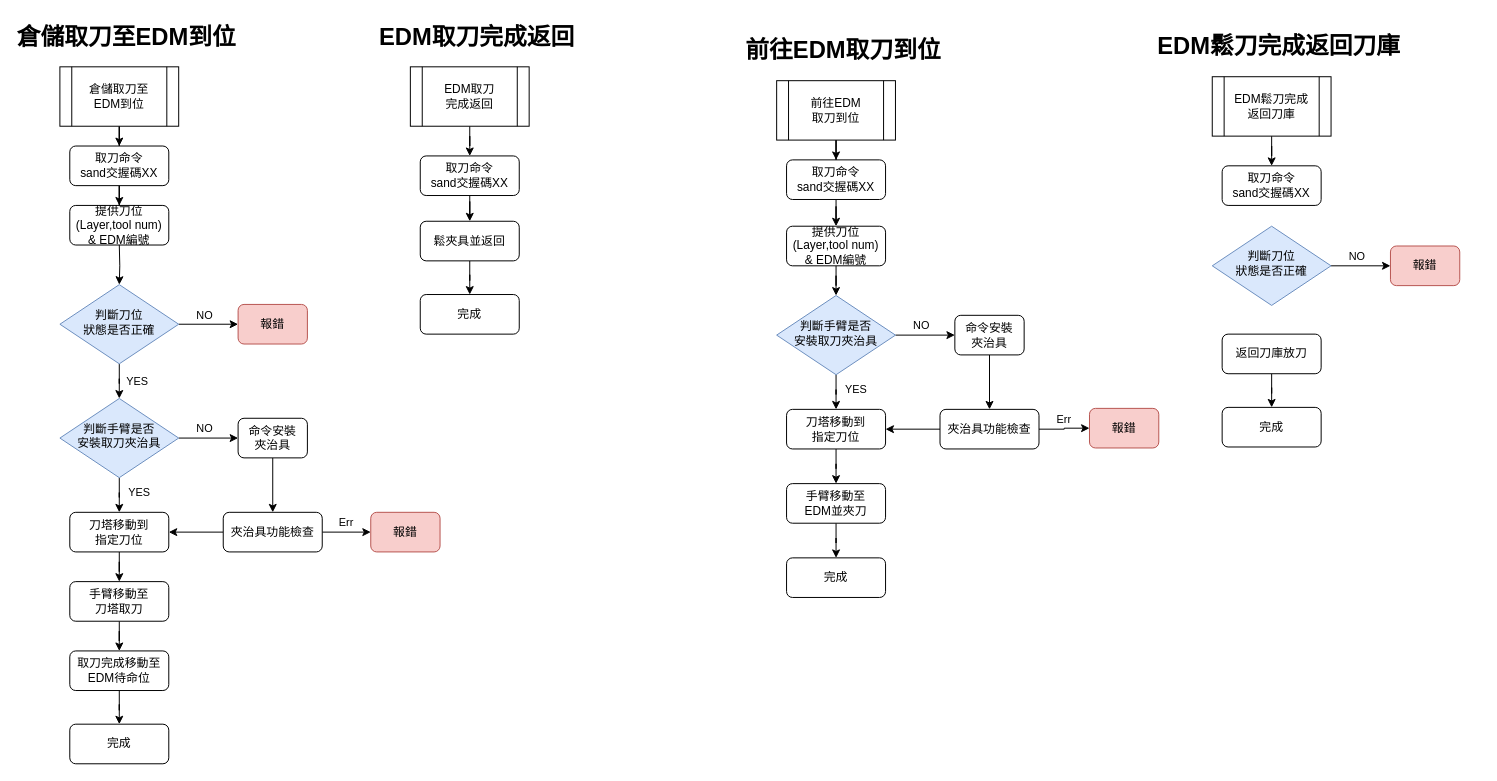
ChiangRyan/process-diagram keeps this draw.io diagram as page "自動取放刀" (4 of 6) of 上位系統交握流程.drawio. Above is the earlier version. Source tidied: cells renumbered, new cells numbered last; positions are measured from the earlier drawing's top-left corner, leaving out a move shared by most shapes. Both pictures are drawn from the tidied source at 99%, with x=0, y=0 at pixel (59, 17).
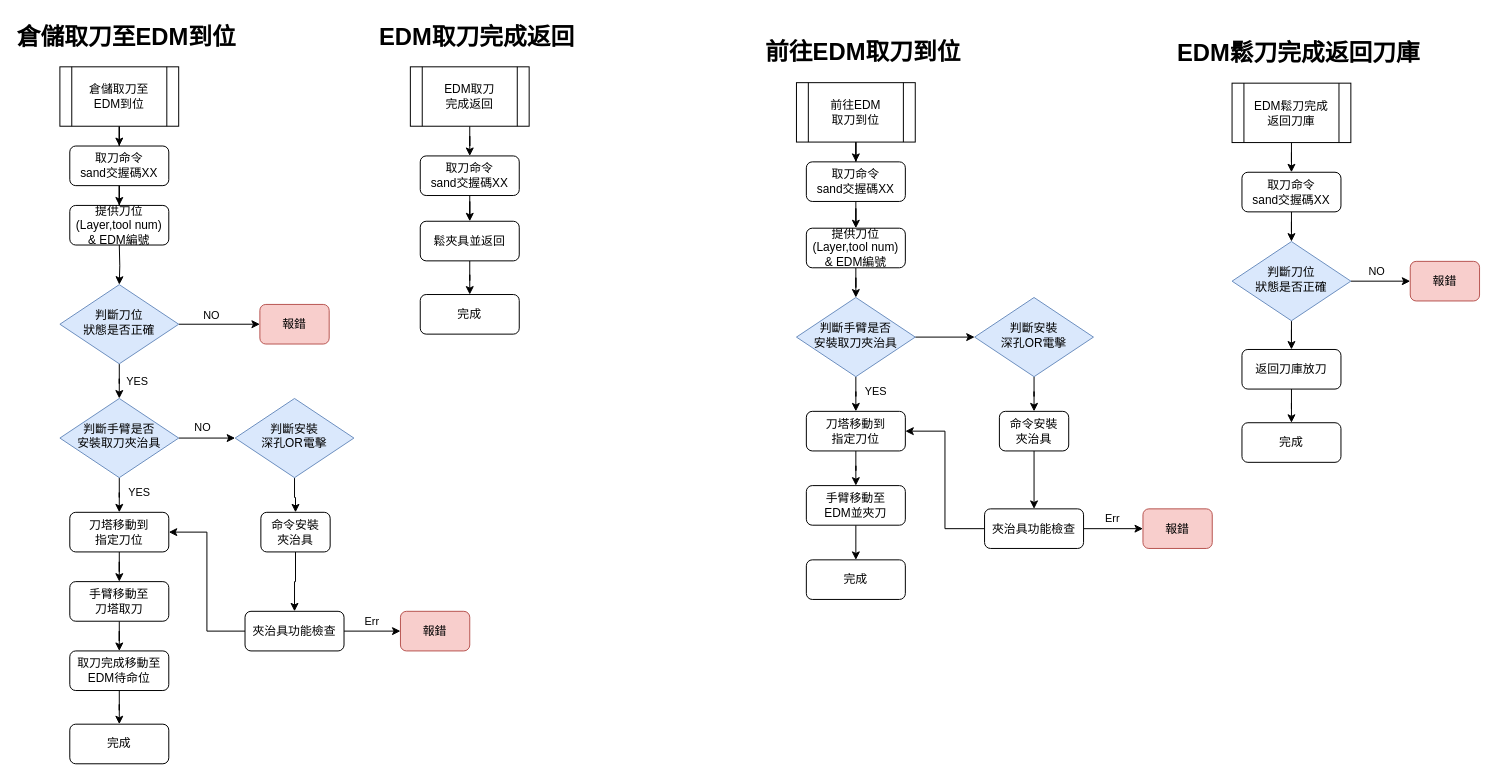
After the change.

Commit message:
更新上位系統交握流程.drawio

The change refers to these unchanged cells:
```xml
<mxCell id="12" value="判斷手臂是否&lt;div&gt;安裝取刀夾治具&lt;/div&gt;" style="rhombus;whiteSpace=wrap;html=1;shadow=0;fontFamily=Helvetica;fontSize=12;align=center;strokeWidth=1;spacing=6;spacingTop=-4;fillColor=#dae8fc;strokeColor=#6c8ebf;" parent="1" vertex="1">
  <mxGeometry y="385" width="120" height="80" as="geometry" />
</mxCell>
```

The edit, as a diff of the source:
```diff
@@
-    <mxCell id="9" value="NO" style="edgeStyle=orthogonalEdgeStyle;rounded=0;jettySize=auto;html=1;entryX=0;entryY=0.5;entryDx=0;entryDy=0;" parent="1" edge="1" source="12" target="14">
-      <mxGeometry x="-0.15" y="10" relative="1" as="geometry" />
-    </mxCell>
@@
+    <mxCell id="75" style="edgeStyle=orthogonalEdgeStyle;rounded=0;jettySize=auto;html=1;entryX=0;entryY=0.5;entryDx=0;entryDy=0;" parent="1" edge="1" source="12" target="81">
+      <mxGeometry relative="1" as="geometry" />
+    </mxCell>
+    <mxCell id="76" value="NO" style="edgeLabel;html=1;align=center;verticalAlign=middle;" parent="75" vertex="1">
+      <mxGeometry x="-0.44" y="2" relative="1" as="geometry">
+        <mxPoint x="7" y="-10" as="offset" />
+      </mxGeometry>
+    </mxCell>
@@
     <mxCell id="14" value="命令安裝&lt;div&gt;夾治具&lt;/div&gt;" style="rounded=1;whiteSpace=wrap;html=1;fontSize=12;glass=0;strokeWidth=1;shadow=0;" parent="1" vertex="1">
-      <mxGeometry x="180" y="405" width="70" height="40" as="geometry" />
+      <mxGeometry x="203" y="500" width="70" height="40" as="geometry" />
     </mxCell>
@@
     <mxCell id="26" value="報錯" style="rounded=1;whiteSpace=wrap;html=1;fontSize=12;glass=0;strokeWidth=1;shadow=0;fillColor=#f8cecc;strokeColor=#b85450;" parent="1" vertex="1">
-      <mxGeometry x="180" y="290" width="70" height="40" as="geometry" />
+      <mxGeometry x="202" y="290" width="70" height="40" as="geometry" />
     </mxCell>
@@
     <mxCell id="33" value="夾治具功能檢查" style="rounded=1;whiteSpace=wrap;html=1;fontSize=12;glass=0;strokeWidth=1;shadow=0;" parent="1" vertex="1">
-      <mxGeometry x="165" y="500" width="100" height="40" as="geometry" />
+      <mxGeometry x="187" y="600" width="100" height="40" as="geometry" />
     </mxCell>
     <mxCell id="34" value="報錯" style="rounded=1;whiteSpace=wrap;html=1;fontSize=12;glass=0;strokeWidth=1;shadow=0;fillColor=#f8cecc;strokeColor=#b85450;" parent="1" vertex="1">
-      <mxGeometry x="314" y="500" width="70" height="40" as="geometry" />
+      <mxGeometry x="344" y="600" width="70" height="40" as="geometry" />
     </mxCell>
@@
     <mxCell id="44" value="前往EDM&lt;div&gt;取刀到位&lt;/div&gt;" style="shape=process;whiteSpace=wrap;html=1;backgroundOutline=1;" parent="1" vertex="1">
-      <mxGeometry x="724" y="64" width="120" height="60" as="geometry" />
+      <mxGeometry x="744" y="66" width="120" height="60" as="geometry" />
     </mxCell>
@@
     <mxCell id="46" value="取刀命令&lt;div&gt;sand交握碼XX&lt;/div&gt;" style="rounded=1;whiteSpace=wrap;html=1;fontSize=12;glass=0;strokeWidth=1;shadow=0;" parent="1" vertex="1">
-      <mxGeometry x="734" y="144" width="100" height="40" as="geometry" />
+      <mxGeometry x="754" y="146" width="100" height="40" as="geometry" />
     </mxCell>
     <mxCell id="47" value="完成" style="rounded=1;whiteSpace=wrap;html=1;fontSize=12;glass=0;strokeWidth=1;shadow=0;" parent="1" vertex="1">
-      <mxGeometry x="734" y="546" width="100" height="40" as="geometry" />
+      <mxGeometry x="754" y="548" width="100" height="40" as="geometry" />
     </mxCell>
     <mxCell id="48" value="前往EDM取刀到位" style="text;strokeColor=none;fillColor=none;html=1;fontSize=24;fontStyle=1;verticalAlign=middle;align=center;" parent="1" vertex="1">
-      <mxGeometry x="741" y="14" width="100" height="40" as="geometry" />
+      <mxGeometry x="761" y="16" width="100" height="40" as="geometry" />
     </mxCell>
-    <mxCell id="49" style="edgeStyle=orthogonalEdgeStyle;rounded=0;jettySize=auto;html=1;entryX=0.5;entryY=0;entryDx=0;entryDy=0;" parent="1" edge="1" source="50" target="47">
-      <mxGeometry relative="1" as="geometry" />
+    <mxCell id="49" style="edgeStyle=orthogonalEdgeStyle;rounded=0;jettySize=auto;html=1;" parent="1" edge="1" source="50">
+      <mxGeometry relative="1" as="geometry">
+        <mxPoint x="804" y="548" as="targetPoint" />
+      </mxGeometry>
     </mxCell>
     <mxCell id="50" value="手臂移動至&lt;div&gt;EDM並夾刀&lt;/div&gt;" style="rounded=1;whiteSpace=wrap;html=1;fontSize=12;glass=0;strokeWidth=1;shadow=0;" parent="1" vertex="1">
-      <mxGeometry x="734" y="471" width="100" height="40" as="geometry" />
+      <mxGeometry x="754" y="473" width="100" height="40" as="geometry" />
     </mxCell>
@@
     <mxCell id="52" value="EDM鬆刀完成&lt;div&gt;返回刀庫&lt;br&gt;&lt;/div&gt;" style="shape=process;whiteSpace=wrap;html=1;backgroundOutline=1;" parent="1" vertex="1">
-      <mxGeometry x="1164" y="60" width="120" height="60" as="geometry" />
+      <mxGeometry x="1184" y="66.5" width="120" height="60" as="geometry" />
     </mxCell>
+    <mxCell id="77" style="edgeStyle=orthogonalEdgeStyle;rounded=0;jettySize=auto;html=1;entryX=0.5;entryY=0;entryDx=0;entryDy=0;" parent="1" edge="1" source="53" target="73">
+      <mxGeometry relative="1" as="geometry" />
+    </mxCell>
     <mxCell id="53" value="取刀命令&lt;div&gt;sand交握碼XX&lt;/div&gt;" style="rounded=1;whiteSpace=wrap;html=1;fontSize=12;glass=0;strokeWidth=1;shadow=0;" parent="1" vertex="1">
-      <mxGeometry x="1174" y="150" width="100" height="40" as="geometry" />
+      <mxGeometry x="1194" y="156.5" width="100" height="40" as="geometry" />
     </mxCell>
@@
     <mxCell id="55" value="返回刀庫放刀" style="rounded=1;whiteSpace=wrap;html=1;fontSize=12;glass=0;strokeWidth=1;shadow=0;" parent="1" vertex="1">
-      <mxGeometry x="1174" y="320" width="100" height="40" as="geometry" />
+      <mxGeometry x="1194" y="335.5" width="100" height="40" as="geometry" />
     </mxCell>
     <mxCell id="56" value="完成" style="rounded=1;whiteSpace=wrap;html=1;fontSize=12;glass=0;strokeWidth=1;shadow=0;" parent="1" vertex="1">
-      <mxGeometry x="1174" y="394" width="100" height="40" as="geometry" />
+      <mxGeometry x="1194" y="409.5" width="100" height="40" as="geometry" />
     </mxCell>
     <mxCell id="57" value="EDM鬆刀完成返回刀庫" style="text;strokeColor=none;fillColor=none;html=1;fontSize=24;fontStyle=1;verticalAlign=middle;align=center;" parent="1" vertex="1">
-      <mxGeometry x="1181" y="10" width="100" height="40" as="geometry" />
+      <mxGeometry x="1201" y="16.5" width="100" height="40" as="geometry" />
     </mxCell>
@@
     <mxCell id="59" value="刀塔移動到&lt;div&gt;指定刀位&lt;/div&gt;" style="rounded=1;whiteSpace=wrap;html=1;fontSize=12;glass=0;strokeWidth=1;shadow=0;" parent="1" vertex="1">
-      <mxGeometry x="734" y="396" width="100" height="40" as="geometry" />
+      <mxGeometry x="754" y="398" width="100" height="40" as="geometry" />
     </mxCell>
-    <mxCell id="60" value="NO" style="edgeStyle=orthogonalEdgeStyle;rounded=0;jettySize=auto;html=1;entryX=0;entryY=0.5;entryDx=0;entryDy=0;" parent="1" edge="1" source="63" target="65">
-      <mxGeometry x="-0.15" y="10" relative="1" as="geometry" />
-    </mxCell>
@@
+    <mxCell id="78" style="edgeStyle=orthogonalEdgeStyle;rounded=0;jettySize=auto;html=1;entryX=0;entryY=0.5;entryDx=0;entryDy=0;" parent="1" edge="1" source="63" target="83">
+      <mxGeometry relative="1" as="geometry" />
+    </mxCell>
     <mxCell id="63" value="判斷手臂是否&lt;div&gt;安裝取刀夾治具&lt;/div&gt;" style="rhombus;whiteSpace=wrap;html=1;shadow=0;fontFamily=Helvetica;fontSize=12;align=center;strokeWidth=1;spacing=6;spacingTop=-4;fillColor=#dae8fc;strokeColor=#6c8ebf;" parent="1" vertex="1">
-      <mxGeometry x="724" y="281" width="120" height="80" as="geometry" />
+      <mxGeometry x="744" y="283" width="120" height="80" as="geometry" />
     </mxCell>
@@
     <mxCell id="65" value="命令安裝&lt;div&gt;夾治具&lt;/div&gt;" style="rounded=1;whiteSpace=wrap;html=1;fontSize=12;glass=0;strokeWidth=1;shadow=0;" parent="1" vertex="1">
-      <mxGeometry x="904" y="301" width="70" height="40" as="geometry" />
+      <mxGeometry x="949" y="398" width="70" height="40" as="geometry" />
     </mxCell>
@@
     <mxCell id="67" value="夾治具功能檢查" style="rounded=1;whiteSpace=wrap;html=1;fontSize=12;glass=0;strokeWidth=1;shadow=0;" parent="1" vertex="1">
-      <mxGeometry x="889" y="396" width="100" height="40" as="geometry" />
+      <mxGeometry x="934" y="496.5" width="100" height="40" as="geometry" />
     </mxCell>
     <mxCell id="68" value="報錯" style="rounded=1;whiteSpace=wrap;html=1;fontSize=12;glass=0;strokeWidth=1;shadow=0;fillColor=#f8cecc;strokeColor=#b85450;" parent="1" vertex="1">
-      <mxGeometry x="1040" y="395" width="70" height="40" as="geometry" />
+      <mxGeometry x="1094" y="496.5" width="70" height="40" as="geometry" />
     </mxCell>
@@
     <mxCell id="70" value="提供刀位(Layer,tool num)&lt;div&gt;&amp;amp; EDM編號&lt;br&gt;&lt;/div&gt;" style="rounded=1;whiteSpace=wrap;html=1;fontSize=12;glass=0;strokeWidth=1;shadow=0;" parent="1" vertex="1">
-      <mxGeometry x="734" y="211" width="100" height="40" as="geometry" />
+      <mxGeometry x="754" y="213" width="100" height="40" as="geometry" />
     </mxCell>
@@
+    <mxCell id="79" style="edgeStyle=orthogonalEdgeStyle;rounded=0;jettySize=auto;html=1;entryX=0.5;entryY=0;entryDx=0;entryDy=0;" parent="1" edge="1" source="73" target="55">
+      <mxGeometry relative="1" as="geometry" />
+    </mxCell>
     <mxCell id="73" value="判斷刀位&lt;div&gt;狀態是否正確&lt;/div&gt;" style="rhombus;whiteSpace=wrap;html=1;shadow=0;fontFamily=Helvetica;fontSize=12;align=center;strokeWidth=1;spacing=6;spacingTop=-4;fillColor=#dae8fc;strokeColor=#6c8ebf;" parent="1" vertex="1">
-      <mxGeometry x="1164" y="211" width="120" height="80" as="geometry" />
+      <mxGeometry x="1184" y="226.5" width="120" height="80" as="geometry" />
     </mxCell>
     <mxCell id="74" value="報錯" style="rounded=1;whiteSpace=wrap;html=1;fontSize=12;glass=0;strokeWidth=1;shadow=0;fillColor=#f8cecc;strokeColor=#b85450;" parent="1" vertex="1">
-      <mxGeometry x="1344" y="231" width="70" height="40" as="geometry" />
+      <mxGeometry x="1364" y="246.5" width="70" height="40" as="geometry" />
     </mxCell>
+    <mxCell id="80" style="edgeStyle=orthogonalEdgeStyle;rounded=0;jettySize=auto;html=1;entryX=0.5;entryY=0;entryDx=0;entryDy=0;" parent="1" edge="1" source="81" target="14">
+      <mxGeometry relative="1" as="geometry" />
+    </mxCell>
+    <mxCell id="81" value="判斷安裝&lt;div&gt;深孔OR電擊&lt;/div&gt;" style="rhombus;whiteSpace=wrap;html=1;shadow=0;fontFamily=Helvetica;fontSize=12;align=center;strokeWidth=1;spacing=6;spacingTop=-4;fillColor=#dae8fc;strokeColor=#6c8ebf;" parent="1" vertex="1">
+      <mxGeometry x="177" y="385" width="120" height="80" as="geometry" />
+    </mxCell>
+    <mxCell id="82" style="edgeStyle=orthogonalEdgeStyle;rounded=0;jettySize=auto;html=1;entryX=0.5;entryY=0;entryDx=0;entryDy=0;" parent="1" edge="1" source="83" target="65">
+      <mxGeometry relative="1" as="geometry" />
+    </mxCell>
+    <mxCell id="83" value="判斷安裝&lt;div&gt;深孔OR電擊&lt;/div&gt;" style="rhombus;whiteSpace=wrap;html=1;shadow=0;fontFamily=Helvetica;fontSize=12;align=center;strokeWidth=1;spacing=6;spacingTop=-4;fillColor=#dae8fc;strokeColor=#6c8ebf;" parent="1" vertex="1">
+      <mxGeometry x="924" y="283" width="120" height="80" as="geometry" />
+    </mxCell>
```
